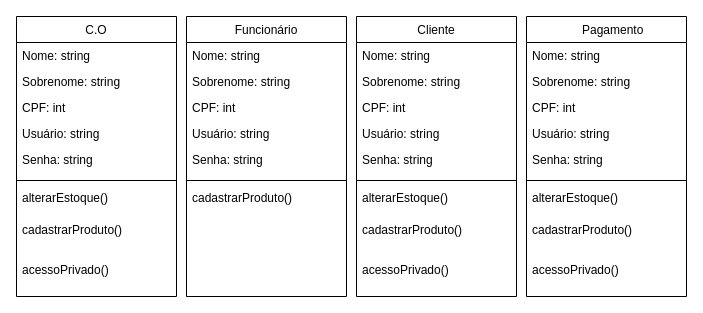
Earlier version of the draw.io diagram Untitled Diagram.drawio (ViniciusPedrini/Fila-e-pilha). Source tidied: cells renumbered, new cells numbered last; positions are measured from the earlier drawing's top-left corner, leaving out a move shared by most shapes. Both pictures are drawn from the tidied source at 100%, with x=0, y=0 at pixel (16, 16).
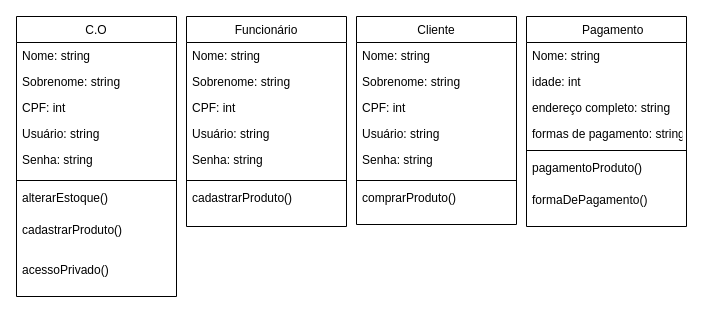
Above is the later version.

The edit, as a diff of the source:
```diff
@@
     <mxCell id="12" value="Funcionário" style="swimlane;fontStyle=0;align=center;verticalAlign=top;horizontal=1;startSize=26;rounded=0;shadow=0;strokeWidth=1;" parent="1" vertex="1">
-      <mxGeometry x="170" width="160" height="280" as="geometry" />
+      <mxGeometry x="170" width="160" height="210" as="geometry" />
     </mxCell>
@@
     <mxCell id="19" value="cadastrarProduto()" style="text;align=left;verticalAlign=top;spacingLeft=4;spacingRight=4;overflow=hidden;" parent="12" vertex="1">
-      <mxGeometry y="168" width="160" height="40" as="geometry" />
+      <mxGeometry y="168" width="160" height="42" as="geometry" />
     </mxCell>
     <mxCell id="20" value="Cliente" style="swimlane;fontStyle=0;align=center;verticalAlign=top;horizontal=1;startSize=26;rounded=0;shadow=0;strokeWidth=1;" parent="1" vertex="1">
-      <mxGeometry x="340" width="160" height="280" as="geometry" />
+      <mxGeometry x="340" width="160" height="208" as="geometry" />
     </mxCell>
@@
-    <mxCell id="27" value="alterarEstoque()" style="text;align=left;verticalAlign=top;spacingLeft=4;spacingRight=4;overflow=hidden;" parent="20" vertex="1">
-      <mxGeometry y="168" width="160" height="32" as="geometry" />
-    </mxCell>
-    <mxCell id="28" value="cadastrarProduto()" style="text;align=left;verticalAlign=top;spacingLeft=4;spacingRight=4;overflow=hidden;" parent="20" vertex="1">
-      <mxGeometry y="200" width="160" height="40" as="geometry" />
+    <mxCell id="28" value="comprarProduto()" style="text;align=left;verticalAlign=top;spacingLeft=4;spacingRight=4;overflow=hidden;" parent="20" vertex="1">
+      <mxGeometry y="168" width="160" height="40" as="geometry" />
     </mxCell>
-    <mxCell id="29" value="acessoPrivado()" style="text;align=left;verticalAlign=top;spacingLeft=4;spacingRight=4;overflow=hidden;" parent="20" vertex="1">
-      <mxGeometry y="240" width="160" height="40" as="geometry" />
-    </mxCell>
     <mxCell id="30" value="    Pagamento" style="swimlane;fontStyle=0;align=center;verticalAlign=top;horizontal=1;startSize=26;rounded=0;shadow=0;strokeWidth=1;" parent="1" vertex="1">
-      <mxGeometry x="510" width="160" height="280" as="geometry" />
+      <mxGeometry x="510" width="160" height="210" as="geometry" />
     </mxCell>
@@
-    <mxCell id="32" value="Sobrenome: string" style="text;align=left;verticalAlign=top;spacingLeft=4;spacingRight=4;overflow=hidden;rounded=0;shadow=0;html=0;" parent="30" vertex="1">
+    <mxCell id="32" value="idade: int" style="text;align=left;verticalAlign=top;spacingLeft=4;spacingRight=4;overflow=hidden;rounded=0;shadow=0;html=0;" parent="30" vertex="1">
       <mxGeometry y="52" width="160" height="26" as="geometry" />
     </mxCell>
-    <mxCell id="33" value="CPF: int" style="text;align=left;verticalAlign=top;spacingLeft=4;spacingRight=4;overflow=hidden;rounded=0;shadow=0;html=0;" parent="30" vertex="1">
+    <mxCell id="33" value="endereço completo: string" style="text;align=left;verticalAlign=top;spacingLeft=4;spacingRight=4;overflow=hidden;rounded=0;shadow=0;html=0;" parent="30" vertex="1">
       <mxGeometry y="78" width="160" height="26" as="geometry" />
     </mxCell>
-    <mxCell id="34" value="Usuário: string" style="text;align=left;verticalAlign=top;spacingLeft=4;spacingRight=4;overflow=hidden;rounded=0;shadow=0;html=0;" parent="30" vertex="1">
+    <mxCell id="34" value="formas de pagamento: string" style="text;align=left;verticalAlign=top;spacingLeft=4;spacingRight=4;overflow=hidden;rounded=0;shadow=0;html=0;" parent="30" vertex="1">
       <mxGeometry y="104" width="160" height="26" as="geometry" />
     </mxCell>
-    <mxCell id="35" value="Senha: string" style="text;align=left;verticalAlign=top;spacingLeft=4;spacingRight=4;overflow=hidden;rounded=0;shadow=0;html=0;" parent="30" vertex="1">
-      <mxGeometry y="130" width="160" height="30" as="geometry" />
-    </mxCell>
     <mxCell id="36" style="line;html=1;strokeWidth=1;align=left;verticalAlign=middle;spacingTop=-1;spacingLeft=3;spacingRight=3;labelPosition=right;" parent="30" vertex="1">
-      <mxGeometry y="160" width="160" height="8" as="geometry" />
+      <mxGeometry y="130" width="160" height="8" as="geometry" />
     </mxCell>
-    <mxCell id="37" value="alterarEstoque()" style="text;align=left;verticalAlign=top;spacingLeft=4;spacingRight=4;overflow=hidden;" parent="30" vertex="1">
-      <mxGeometry y="168" width="160" height="32" as="geometry" />
+    <mxCell id="37" value="pagamentoProduto()" style="text;align=left;verticalAlign=top;spacingLeft=4;spacingRight=4;overflow=hidden;" parent="30" vertex="1">
+      <mxGeometry y="138" width="160" height="32" as="geometry" />
     </mxCell>
-    <mxCell id="38" value="cadastrarProduto()" style="text;align=left;verticalAlign=top;spacingLeft=4;spacingRight=4;overflow=hidden;" parent="30" vertex="1">
-      <mxGeometry y="200" width="160" height="40" as="geometry" />
+    <mxCell id="38" value="formaDePagamento()&#10;" style="text;align=left;verticalAlign=top;spacingLeft=4;spacingRight=4;overflow=hidden;" parent="30" vertex="1">
+      <mxGeometry y="170" width="160" height="40" as="geometry" />
     </mxCell>
-    <mxCell id="39" value="acessoPrivado()" style="text;align=left;verticalAlign=top;spacingLeft=4;spacingRight=4;overflow=hidden;" parent="30" vertex="1">
-      <mxGeometry y="240" width="160" height="40" as="geometry" />
-    </mxCell>
```
